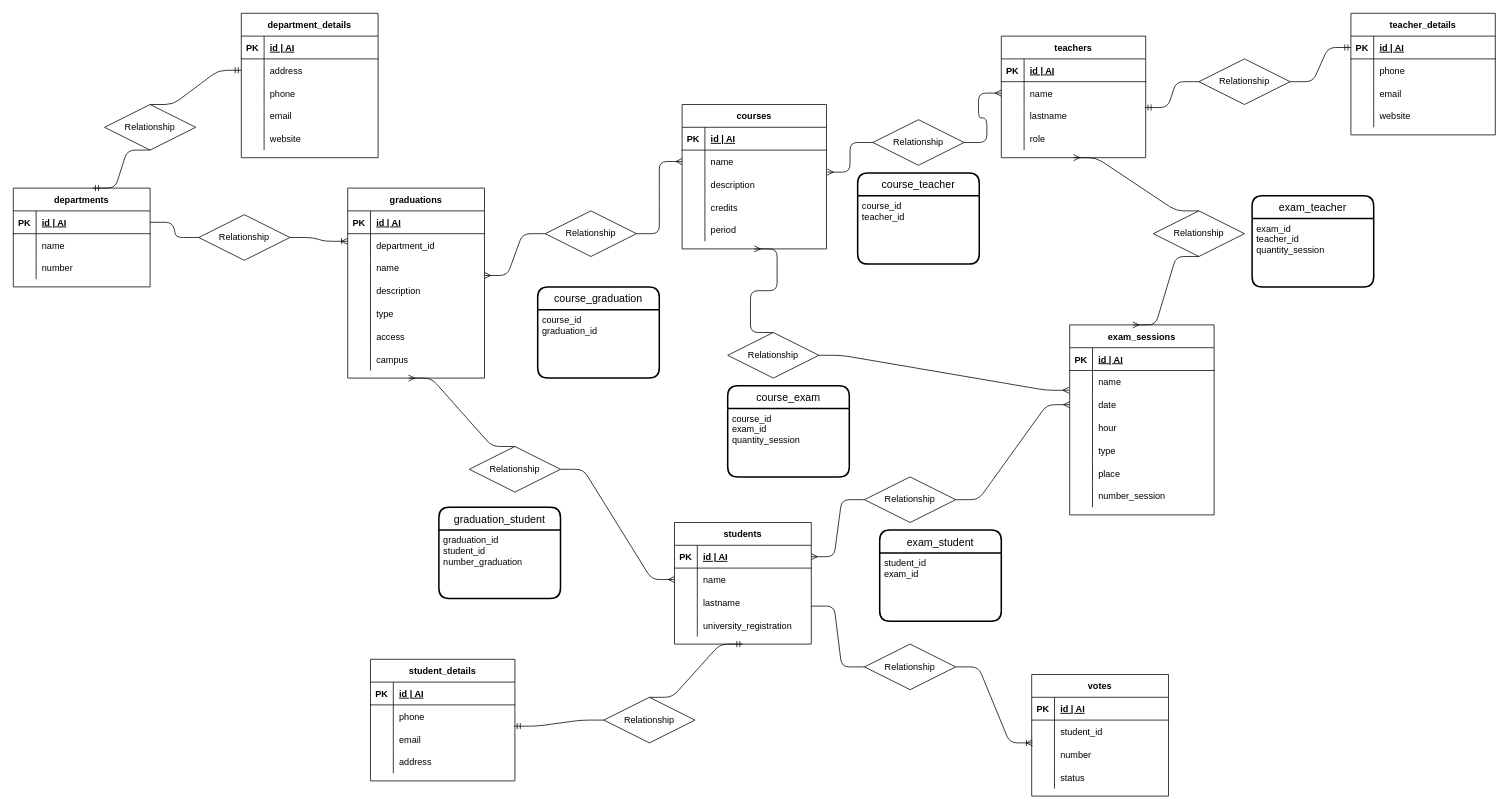
Earlier version of the draw.io diagram db-university.drawio (DoinaGanceriuc/db-university). Source tidied: cells renumbered, new cells numbered last; positions are measured from the earlier drawing's top-left corner, leaving out a move shared by most shapes. Both pictures are drawn from the tidied source at 76%, with x=0, y=0 at pixel (13, 13).
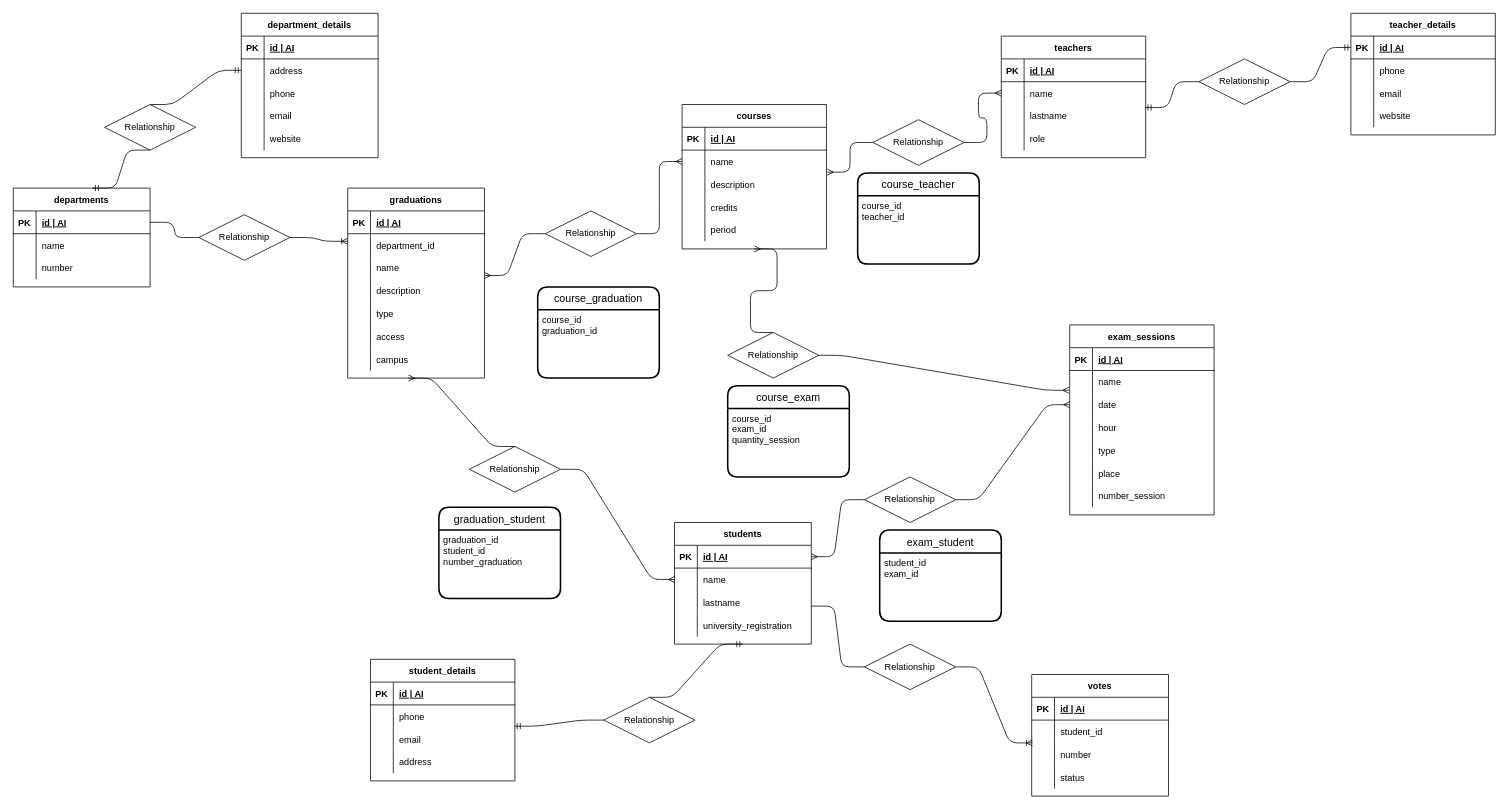
After the change.

Commit message:
fix details teachers and exam_sessions

Unchanged cells that the change refers to:
```xml
<mxCell id="77" value="teachers" style="shape=table;startSize=30;childLayout=tableLayout;rowLines=0;fontStyle=1;align=center;" parent="1" vertex="1">
  <mxGeometry x="1300" y="30" width="190" height="160" as="geometry" />
</mxCell>
<mxCell id="111" value="exam_sessions" style="shape=table;startSize=30;childLayout=tableLayout;rowLines=0;fontStyle=1;align=center;" parent="1" vertex="1">
  <mxGeometry x="1390" y="410" width="190" height="250" as="geometry" />
</mxCell>
```

The edit, as a diff of the source:
```diff
@@
-    <mxCell id="194" style="edgeStyle=entityRelationEdgeStyle;fontSize=12;html=1;endArrow=ERmany;startArrow=none;exitX=0.5;exitY=0;exitDx=0;exitDy=0;entryX=0.5;entryY=1;entryDx=0;entryDy=0;" parent="1" edge="1" source="195" target="77">
-      <mxGeometry relative="1" as="geometry" />
-    </mxCell>
-    <mxCell id="195" value="Relationship" style="shape=rhombus;perimeter=rhombusPerimeter;whiteSpace=wrap;html=1;align=center;" parent="1" vertex="1">
-      <mxGeometry x="1500" y="260" width="120" height="60" as="geometry" />
-    </mxCell>
-    <mxCell id="196" style="edgeStyle=entityRelationEdgeStyle;fontSize=12;html=1;endArrow=none;startArrow=ERmany;exitX=0.437;exitY=0;exitDx=0;exitDy=0;exitPerimeter=0;entryX=0.5;entryY=1;entryDx=0;entryDy=0;" parent="1" edge="1" source="111" target="195">
-      <mxGeometry relative="1" as="geometry" />
-    </mxCell>
-    <mxCell id="197" value="exam_teacher" style="swimlane;horizontal=1;startSize=30;rounded=1;fontSize=14;fontStyle=0;strokeWidth=2;shadow=0;dashed=0;align=center;" parent="1" vertex="1">
-      <mxGeometry x="1630" y="240" width="160" height="120" as="geometry" />
-    </mxCell>
-    <mxCell id="198" value="exam_id&#10;teacher_id&#10;quantity_session" style="align=left;strokeColor=none;fillColor=none;spacingLeft=4;fontSize=12;verticalAlign=top;" parent="197" vertex="1">
-      <mxGeometry y="30" width="160" height="90" as="geometry" />
-    </mxCell>
```
